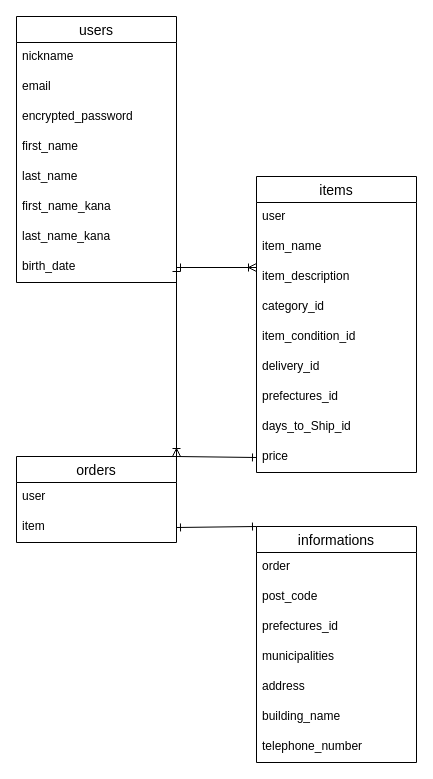
Above: furima.dio in 1hiromu1/furima-38909 (draw.io), before the change. Source tidied: cells renumbered, new cells numbered last; positions are measured from the earlier drawing's top-left corner, leaving out a move shared by most shapes. Both pictures are drawn from the tidied source at 100%, with x=0, y=0 at pixel (16, 16).
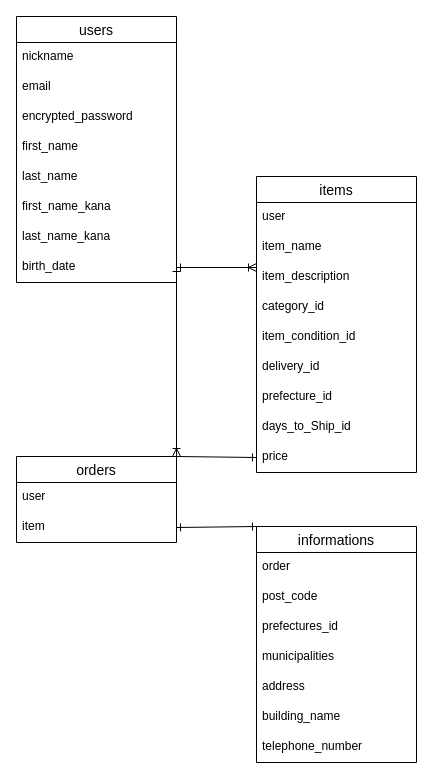
After the change.

Commit message (it also covers changes not shown here):
informationsテーブルのprefectures_idカラムのカラム名を「単数形_id」に修正

Unchanged cells that the change refers to:
```xml
<mxCell id="11" value="items" style="swimlane;fontStyle=0;horizontal=1;startSize=26;align=center;fontSize=14;" parent="1" vertex="1">
  <mxGeometry x="240" y="160" width="160" height="296" as="geometry" />
</mxCell>
```

Change to the diagram source:
```diff
@@
-    <mxCell id="18" value="prefectures_id" style="text;strokeColor=none;fillColor=none;spacingLeft=4;spacingRight=4;overflow=hidden;fontSize=12;" parent="11" vertex="1">
+    <mxCell id="18" value="prefecture_id" style="text;strokeColor=none;fillColor=none;spacingLeft=4;spacingRight=4;overflow=hidden;fontSize=12;" parent="11" vertex="1">
       <mxGeometry y="206" width="160" height="30" as="geometry" />
     </mxCell>
```
